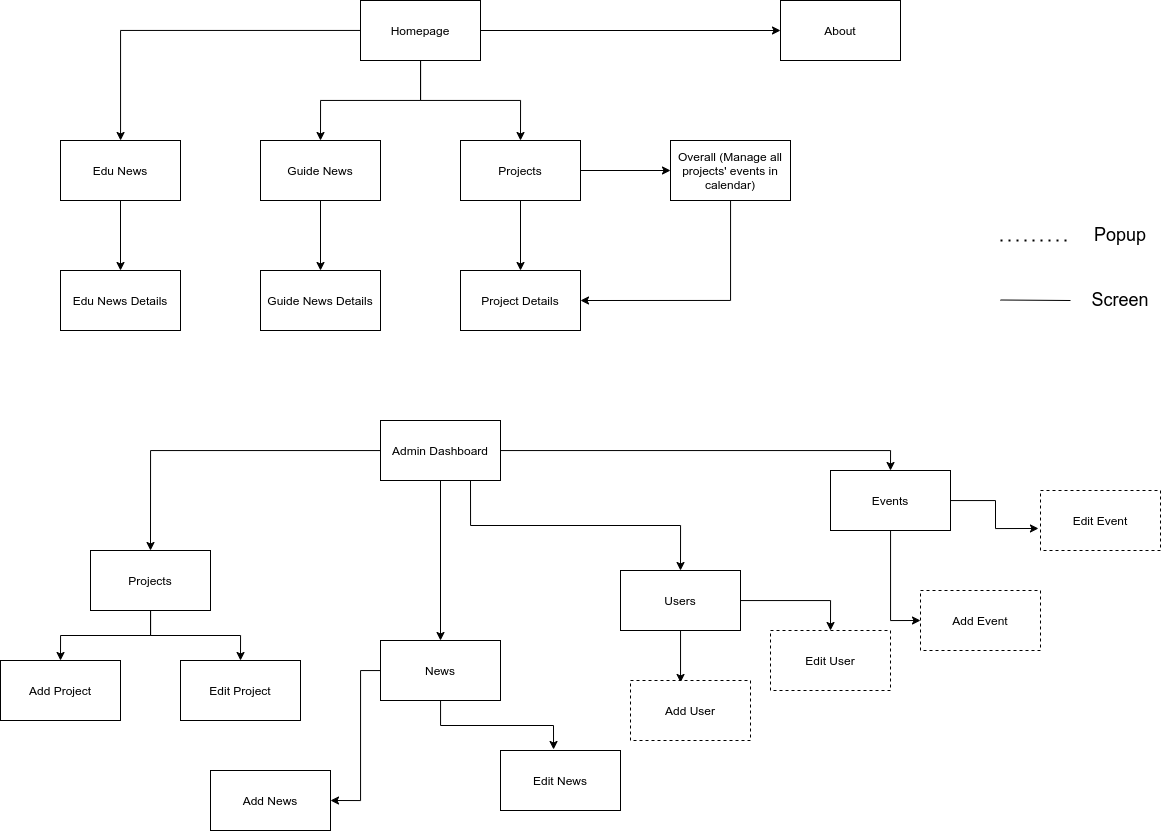
The draw.io diagram Untitled Diagram.drawio.png in TamTH-Dev/3D-images-gallery, before a commit. Source tidied: cells renumbered, new cells last; positions are measured from the earlier drawing's top-left corner, leaving out a move shared by most shapes.
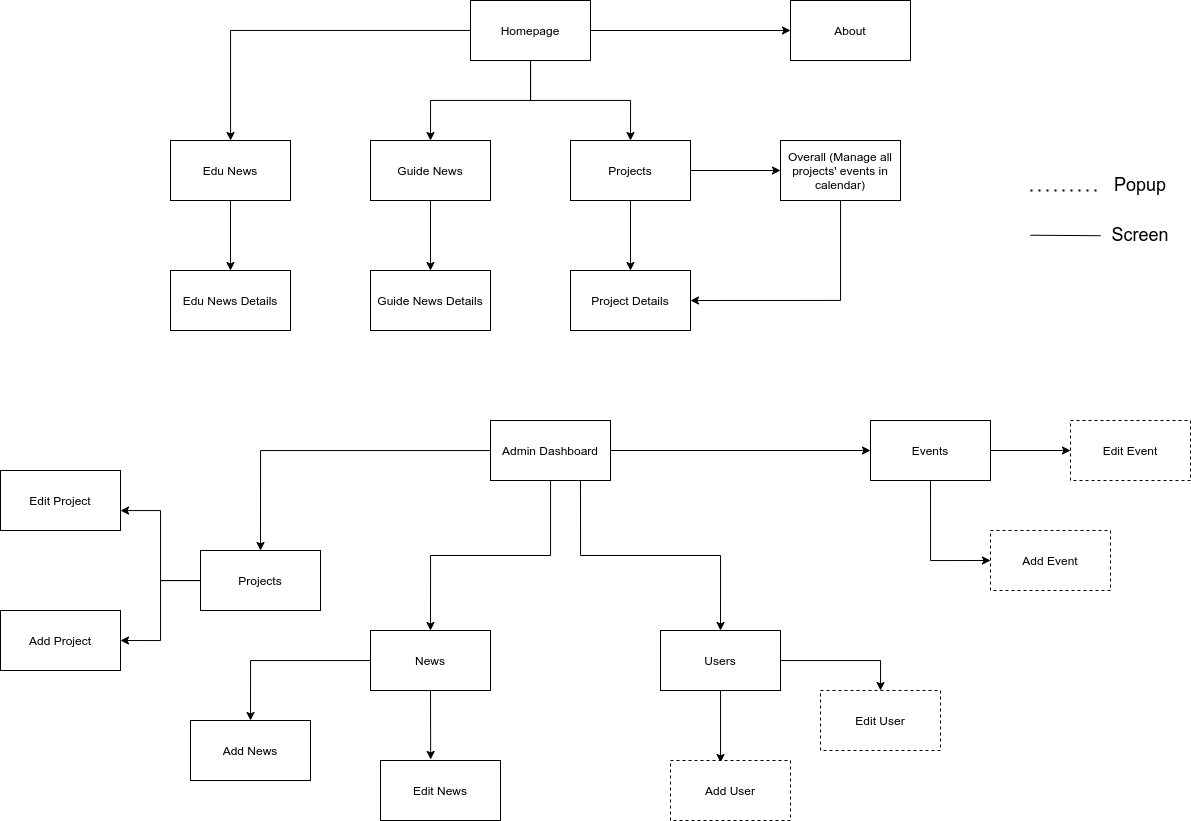
The same file after the commit.

Diff of the diagram source:
```diff
@@ -39,7 +39,7 @@
       <mxGeometry x="460" y="140" width="120" height="60" as="geometry" />
     </mxCell>
     <mxCell id="14" value="About" style="rounded=0;whiteSpace=wrap;html=1;" parent="1" vertex="1">
-      <mxGeometry x="780" width="120" height="60" as="geometry" />
+      <mxGeometry x="680" width="120" height="60" as="geometry" />
     </mxCell>
     <mxCell id="15" value="Edu News Details" style="rounded=0;whiteSpace=wrap;html=1;" parent="1" vertex="1">
       <mxGeometry x="60" y="270" width="120" height="60" as="geometry" />
@@ -63,7 +63,7 @@
     <mxCell id="20" style="edgeStyle=orthogonalEdgeStyle;rounded=0;jettySize=auto;html=1;entryX=0.5;entryY=0;entryDx=0;entryDy=0;" parent="1" edge="1" source="23" target="26">
       <mxGeometry relative="1" as="geometry" />
     </mxCell>
-    <mxCell id="21" style="edgeStyle=orthogonalEdgeStyle;rounded=0;jettySize=auto;html=1;entryX=0.5;entryY=0;entryDx=0;entryDy=0;" parent="1" edge="1" source="23" target="30">
+    <mxCell id="21" style="edgeStyle=orthogonalEdgeStyle;rounded=0;jettySize=auto;html=1;entryX=0;entryY=0.5;entryDx=0;entryDy=0;" parent="1" edge="1" source="23" target="30">
       <mxGeometry relative="1" as="geometry" />
     </mxCell>
     <mxCell id="22" style="edgeStyle=orthogonalEdgeStyle;rounded=0;jettySize=auto;html=1;entryX=0.5;entryY=0;entryDx=0;entryDy=0;" parent="1" edge="1" source="23" target="33">
@@ -72,11 +72,16 @@
     <mxCell id="23" value="Admin Dashboard" style="rounded=0;whiteSpace=wrap;html=1;" parent="1" vertex="1">
       <mxGeometry x="380" y="420" width="120" height="60" as="geometry" />
     </mxCell>
-    <mxCell id="24" style="edgeStyle=orthogonalEdgeStyle;rounded=0;jettySize=auto;html=1;entryX=0.5;entryY=0;entryDx=0;entryDy=0;" parent="1" edge="1" source="26" target="37">
+    <mxCell id="24" style="edgeStyle=orthogonalEdgeStyle;rounded=0;jettySize=auto;html=1;entryX=1;entryY=0.5;entryDx=0;entryDy=0;" parent="1" edge="1" source="26" target="37">
       <mxGeometry relative="1" as="geometry" />
     </mxCell>
-    <mxCell id="25" style="edgeStyle=orthogonalEdgeStyle;rounded=0;jettySize=auto;html=1;entryX=0.5;entryY=0;entryDx=0;entryDy=0;" parent="1" edge="1" source="26" target="38">
-      <mxGeometry relative="1" as="geometry" />
+    <mxCell id="25" style="edgeStyle=orthogonalEdgeStyle;rounded=0;jettySize=auto;html=1;" parent="1" edge="1" source="26" target="38">
+      <mxGeometry relative="1" as="geometry">
+        <Array as="points">
+          <mxPoint x="50" y="580" />
+          <mxPoint x="50" y="510" />
+        </Array>
+      </mxGeometry>
     </mxCell>
     <mxCell id="26" value="Projects" style="rounded=0;whiteSpace=wrap;html=1;" parent="1" vertex="1">
       <mxGeometry x="90" y="550" width="120" height="60" as="geometry" />
@@ -84,28 +89,27 @@
     <mxCell id="27" style="edgeStyle=orthogonalEdgeStyle;rounded=0;jettySize=auto;html=1;entryX=0.5;entryY=0;entryDx=0;entryDy=0;exitX=0.75;exitY=1;exitDx=0;exitDy=0;" parent="1" edge="1" source="23" target="36">
       <mxGeometry relative="1" as="geometry" />
     </mxCell>
-    <mxCell id="28" style="edgeStyle=orthogonalEdgeStyle;rounded=0;jettySize=auto;html=1;entryX=0;entryY=0.5;entryDx=0;entryDy=0;" parent="1" edge="1" source="30" target="41">
+    <mxCell id="28" style="edgeStyle=orthogonalEdgeStyle;rounded=0;jettySize=auto;html=1;entryX=0;entryY=0.5;entryDx=0;entryDy=0;exitX=0.5;exitY=1;exitDx=0;exitDy=0;" parent="1" edge="1" source="30" target="41">
       <mxGeometry relative="1" as="geometry" />
     </mxCell>
-    <mxCell id="29" style="edgeStyle=orthogonalEdgeStyle;rounded=0;jettySize=auto;html=1;entryX=-0.017;entryY=0.633;entryDx=0;entryDy=0;entryPerimeter=0;" parent="1" edge="1" source="30" target="42">
+    <mxCell id="29" style="rounded=0;jettySize=auto;html=1;entryX=0;entryY=0.5;entryDx=0;entryDy=0;" parent="1" edge="1" source="30" target="42">
       <mxGeometry relative="1" as="geometry" />
     </mxCell>
     <mxCell id="30" value="Events" style="rounded=0;whiteSpace=wrap;html=1;" parent="1" vertex="1">
-      <mxGeometry x="830" y="470" width="120" height="60" as="geometry" />
+      <mxGeometry x="760" y="420" width="120" height="60" as="geometry" />
     </mxCell>
-    <mxCell id="31" style="edgeStyle=orthogonalEdgeStyle;rounded=0;jettySize=auto;html=1;entryX=1;entryY=0.5;entryDx=0;entryDy=0;" parent="1" edge="1" source="33" target="39">
+    <mxCell id="31" style="edgeStyle=orthogonalEdgeStyle;rounded=0;jettySize=auto;html=1;entryX=0.5;entryY=0;entryDx=0;entryDy=0;" parent="1" edge="1" source="33" target="39">
       <mxGeometry relative="1" as="geometry">
         <Array as="points">
-          <mxPoint x="360" y="670" />
-          <mxPoint x="360" y="800" />
+          <mxPoint x="140" y="660" />
         </Array>
       </mxGeometry>
     </mxCell>
-    <mxCell id="32" style="edgeStyle=orthogonalEdgeStyle;rounded=0;jettySize=auto;html=1;entryX=0.442;entryY=-0.017;entryDx=0;entryDy=0;entryPerimeter=0;" parent="1" edge="1" source="33" target="40">
+    <mxCell id="32" style="rounded=0;jettySize=auto;html=1;entryX=0.418;entryY=-0.017;entryDx=0;entryDy=0;entryPerimeter=0;exitX=0.5;exitY=1;exitDx=0;exitDy=0;" parent="1" edge="1" source="33" target="40">
       <mxGeometry relative="1" as="geometry" />
     </mxCell>
     <mxCell id="33" value="News" style="rounded=0;whiteSpace=wrap;html=1;" parent="1" vertex="1">
-      <mxGeometry x="380" y="640" width="120" height="60" as="geometry" />
+      <mxGeometry x="260" y="630" width="120" height="60" as="geometry" />
     </mxCell>
     <mxCell id="34" style="edgeStyle=orthogonalEdgeStyle;rounded=0;jettySize=auto;html=1;entryX=0.5;entryY=0;entryDx=0;entryDy=0;" parent="1" edge="1" source="36" target="44">
       <mxGeometry relative="1" as="geometry" />
@@ -114,49 +118,49 @@
       <mxGeometry relative="1" as="geometry" />
     </mxCell>
     <mxCell id="36" value="Users" style="rounded=0;whiteSpace=wrap;html=1;" parent="1" vertex="1">
-      <mxGeometry x="620" y="570" width="120" height="60" as="geometry" />
+      <mxGeometry x="550" y="630" width="120" height="60" as="geometry" />
     </mxCell>
     <mxCell id="37" value="Add Project" style="rounded=0;whiteSpace=wrap;html=1;" parent="1" vertex="1">
-      <mxGeometry y="660" width="120" height="60" as="geometry" />
+      <mxGeometry x="-110" y="610" width="120" height="60" as="geometry" />
     </mxCell>
     <mxCell id="38" value="Edit Project" style="rounded=0;whiteSpace=wrap;html=1;" parent="1" vertex="1">
-      <mxGeometry x="180" y="660" width="120" height="60" as="geometry" />
+      <mxGeometry x="-110" y="470" width="120" height="60" as="geometry" />
     </mxCell>
     <mxCell id="39" value="Add News" style="rounded=0;whiteSpace=wrap;html=1;" parent="1" vertex="1">
-      <mxGeometry x="210" y="770" width="120" height="60" as="geometry" />
+      <mxGeometry x="80" y="720" width="120" height="60" as="geometry" />
     </mxCell>
     <mxCell id="40" value="Edit News" style="rounded=0;whiteSpace=wrap;html=1;" parent="1" vertex="1">
-      <mxGeometry x="500" y="750" width="120" height="60" as="geometry" />
+      <mxGeometry x="270" y="760" width="120" height="60" as="geometry" />
     </mxCell>
     <mxCell id="41" value="Add Event" style="rounded=0;whiteSpace=wrap;html=1;dashed=1;" parent="1" vertex="1">
-      <mxGeometry x="920" y="590" width="120" height="60" as="geometry" />
+      <mxGeometry x="880" y="530" width="120" height="60" as="geometry" />
     </mxCell>
     <mxCell id="42" value="Edit Event" style="rounded=0;whiteSpace=wrap;html=1;dashed=1;" parent="1" vertex="1">
-      <mxGeometry x="1040" y="490" width="120" height="60" as="geometry" />
+      <mxGeometry x="960" y="420" width="120" height="60" as="geometry" />
     </mxCell>
     <mxCell id="43" value="Add User" style="rounded=0;whiteSpace=wrap;html=1;dashed=1;" parent="1" vertex="1">
-      <mxGeometry x="630" y="680" width="120" height="60" as="geometry" />
+      <mxGeometry x="560" y="760" width="120" height="60" as="geometry" />
     </mxCell>
     <mxCell id="44" value="Edit User" style="rounded=0;whiteSpace=wrap;html=1;dashed=1;" parent="1" vertex="1">
-      <mxGeometry x="770" y="630" width="120" height="60" as="geometry" />
+      <mxGeometry x="710" y="690" width="120" height="60" as="geometry" />
     </mxCell>
     <mxCell id="45" style="endArrow=none;dashed=1;html=1;dashPattern=1 3;strokeWidth=2;rounded=0;" parent="1" edge="1">
       <mxGeometry relative="1" as="geometry">
-        <mxPoint x="1000" y="240" as="sourcePoint" />
-        <mxPoint x="1070" y="240" as="targetPoint" />
+        <mxPoint x="920" y="190" as="sourcePoint" />
+        <mxPoint x="990" y="190" as="targetPoint" />
       </mxGeometry>
     </mxCell>
     <mxCell id="46" style="endArrow=none;html=1;rounded=0;" parent="1" edge="1">
       <mxGeometry relative="1" as="geometry">
-        <mxPoint x="1000" y="299.5" as="sourcePoint" />
-        <mxPoint x="1070" y="300" as="targetPoint" />
+        <mxPoint x="920" y="234.7" as="sourcePoint" />
+        <mxPoint x="990" y="235.2" as="targetPoint" />
       </mxGeometry>
     </mxCell>
     <mxCell id="47" value="&lt;font style=&quot;font-size: 18px&quot;&gt;Popup&lt;/font&gt;" style="text;html=1;strokeColor=none;fillColor=none;align=center;verticalAlign=middle;whiteSpace=wrap;rounded=0;dashed=1;" parent="1" vertex="1">
-      <mxGeometry x="1090" y="220" width="60" height="30" as="geometry" />
+      <mxGeometry x="1000" y="170" width="60" height="30" as="geometry" />
     </mxCell>
     <mxCell id="48" value="&lt;font style=&quot;font-size: 18px&quot;&gt;Screen&lt;/font&gt;" style="text;html=1;strokeColor=none;fillColor=none;align=center;verticalAlign=middle;whiteSpace=wrap;rounded=0;dashed=1;" parent="1" vertex="1">
-      <mxGeometry x="1090" y="285" width="60" height="30" as="geometry" />
+      <mxGeometry x="1000" y="220" width="60" height="30" as="geometry" />
     </mxCell>
   </root>
 </mxGraphModel>
```
